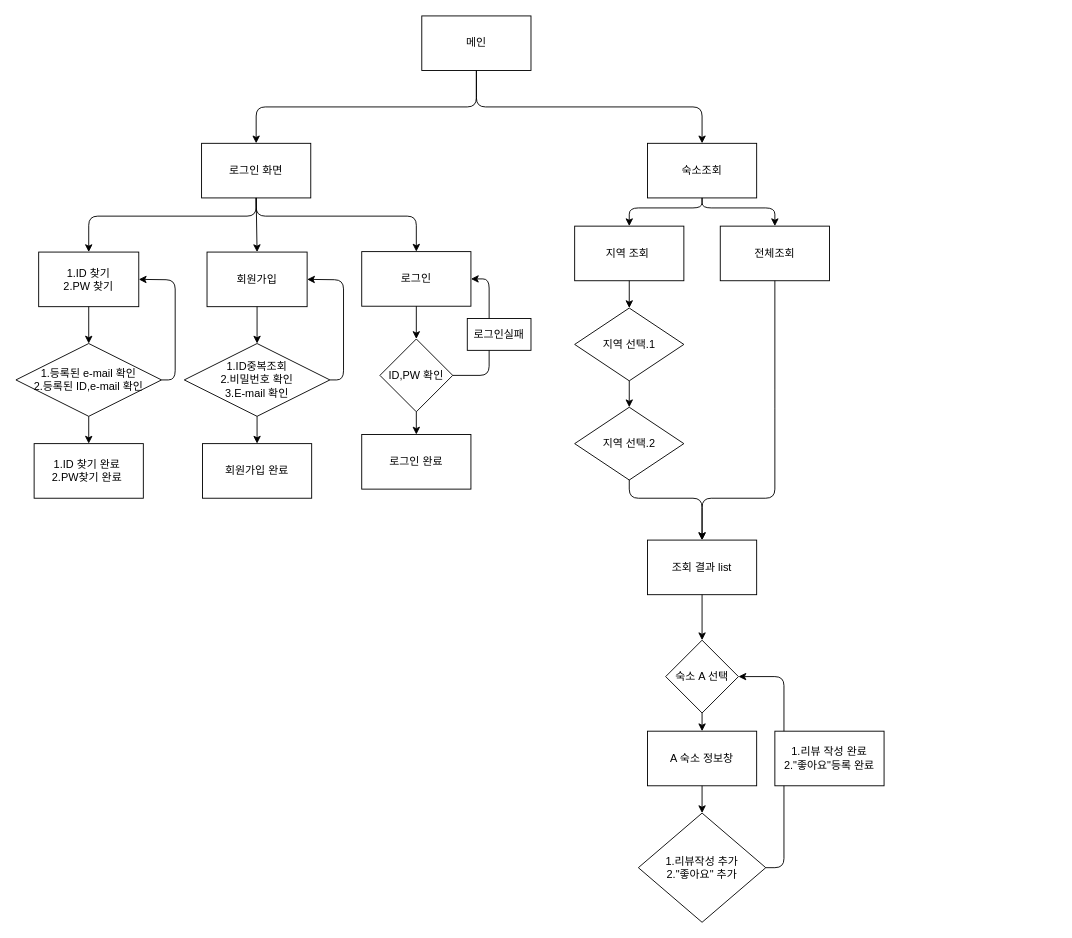
The draw.io diagram 전체ver1.drawio in darkvalui/cloudpython, before the edit. Source tidied: cells renumbered, new cells numbered last; positions are measured from the earlier drawing's top-left corner, leaving out a move shared by most shapes. Both pictures are drawn from the tidied source at 91%, with x=0, y=0 at pixel (15, 15).
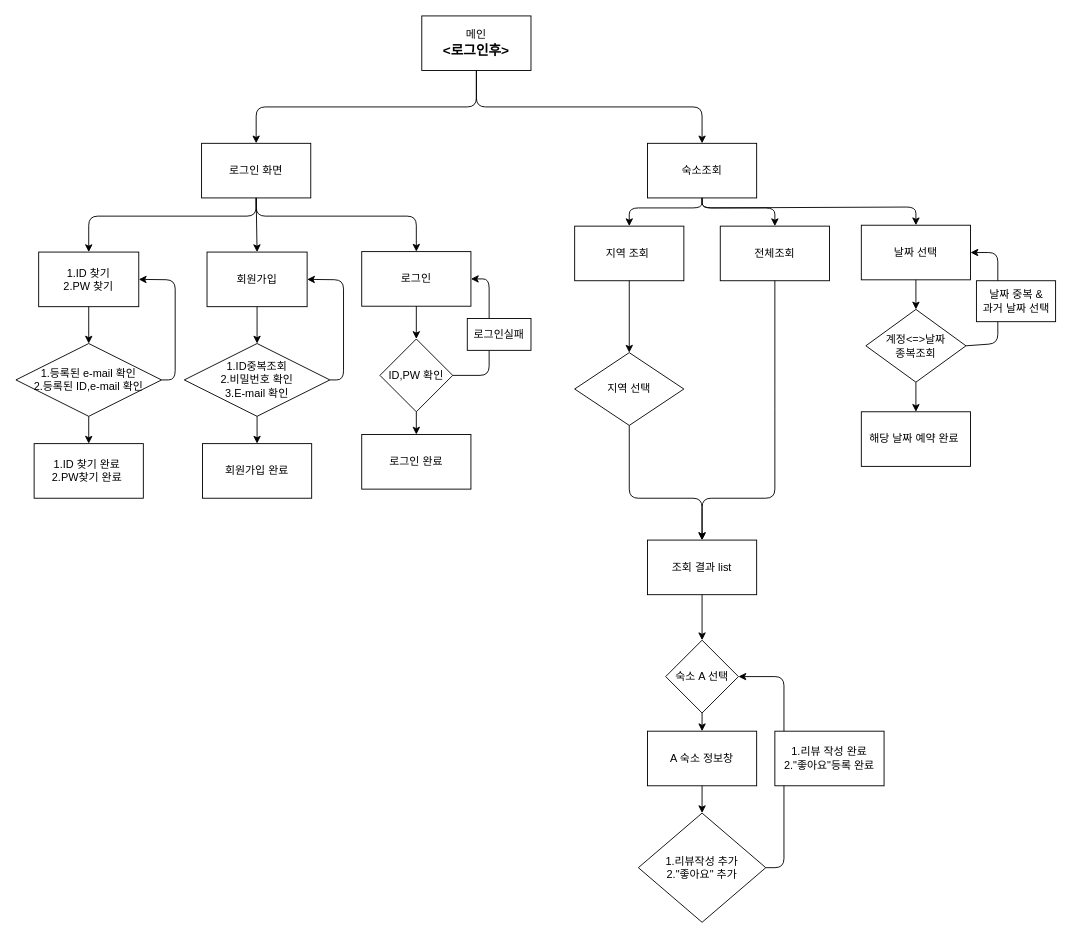
Above is the later version.

Commit message:
전체ver1.drawio 업데이트

Unchanged cells that the change refers to:
```xml
<mxCell id="8" value="조회 결과 list" style="rounded=0;whiteSpace=wrap;html=1;" parent="1" vertex="1">
  <mxGeometry x="694" y="576" width="120" height="60" as="geometry" />
</mxCell>
```

Diff of the diagram source:
```diff
@@
-    <mxCell id="2" value="메인" style="rounded=0;whiteSpace=wrap;html=1;" parent="1" vertex="1">
+    <mxCell id="2" value="메인&lt;br&gt;&lt;b&gt;&lt;font style=&quot;font-size: 15px&quot;&gt;&amp;lt;로그인후&amp;gt;&lt;/font&gt;&lt;/b&gt;&lt;br&gt;" style="rounded=0;whiteSpace=wrap;html=1;" parent="1" vertex="1">
       <mxGeometry x="446" width="120" height="60" as="geometry" />
     </mxCell>
@@
-    <mxCell id="7" value="지역 선택.1" style="rhombus;whiteSpace=wrap;html=1;" parent="1" vertex="1">
-      <mxGeometry x="614" y="321" width="120" height="80" as="geometry" />
+    <mxCell id="7" value="지역 선택&lt;br&gt;" style="rhombus;whiteSpace=wrap;html=1;" parent="1" vertex="1">
+      <mxGeometry x="614" y="370" width="120" height="80" as="geometry" />
     </mxCell>
@@
-    <mxCell id="10" style="endArrow=classic;html=1;entryX=0.5;entryY=0;entryDx=0;entryDy=0;" parent="1" edge="1" target="8">
-      <mxGeometry relative="1" as="geometry">
-        <mxPoint x="674" y="490" as="sourcePoint" />
-        <Array as="points">
-          <mxPoint x="674" y="530" />
-          <mxPoint x="754" y="530" />
-        </Array>
-      </mxGeometry>
-    </mxCell>
@@
-    <mxCell id="44" value="지역 선택.2" style="rhombus;whiteSpace=wrap;html=1;" parent="1" vertex="1">
-      <mxGeometry x="614" y="430" width="120" height="80" as="geometry" />
-    </mxCell>
-    <mxCell id="45" style="endArrow=classic;html=1;exitX=0.5;exitY=1;exitDx=0;exitDy=0;entryX=0.5;entryY=0;entryDx=0;entryDy=0;" parent="1" edge="1" source="7" target="44">
-      <mxGeometry relative="1" as="geometry" />
-    </mxCell>
@@
+    <mxCell id="48" value="날짜 선택" style="rounded=0;whiteSpace=wrap;html=1;" parent="1" vertex="1">
+      <mxGeometry x="929" y="230" width="120" height="60" as="geometry" />
+    </mxCell>
+    <mxCell id="49" style="endArrow=classic;html=1;exitX=0.5;exitY=1;exitDx=0;exitDy=0;entryX=0.5;entryY=0;entryDx=0;entryDy=0;" parent="1" edge="1" target="48">
+      <mxGeometry relative="1" as="geometry">
+        <mxPoint x="754" y="200" as="sourcePoint" />
+        <Array as="points">
+          <mxPoint x="754" y="211" />
+          <mxPoint x="989" y="210" />
+        </Array>
+      </mxGeometry>
+    </mxCell>
+    <mxCell id="50" value="계정&amp;lt;=&amp;gt;날짜&lt;br&gt;종복조회&lt;br&gt;" style="rhombus;whiteSpace=wrap;html=1;" parent="1" vertex="1">
+      <mxGeometry x="934" y="322.5" width="110" height="80" as="geometry" />
+    </mxCell>
+    <mxCell id="51" style="endArrow=classic;html=1;exitX=0.5;exitY=1;exitDx=0;exitDy=0;entryX=0.5;entryY=0;entryDx=0;entryDy=0;" parent="1" edge="1" source="48" target="50">
+      <mxGeometry relative="1" as="geometry" />
+    </mxCell>
+    <mxCell id="52" value="해당 날짜 예약 완료&amp;nbsp;" style="rounded=0;whiteSpace=wrap;html=1;" parent="1" vertex="1">
+      <mxGeometry x="929" y="435" width="120" height="60" as="geometry" />
+    </mxCell>
+    <mxCell id="53" style="endArrow=classic;html=1;exitX=0.5;exitY=1;exitDx=0;exitDy=0;" parent="1" edge="1" source="50" target="52">
+      <mxGeometry relative="1" as="geometry" />
+    </mxCell>
+    <mxCell id="54" style="endArrow=classic;html=1;entryX=1;entryY=0.5;entryDx=0;entryDy=0;exitX=1;exitY=0.5;exitDx=0;exitDy=0;" parent="1" edge="1" source="50" target="48">
+      <mxGeometry relative="1" as="geometry">
+        <Array as="points">
+          <mxPoint x="1079" y="360" />
+          <mxPoint x="1079" y="260" />
+        </Array>
+      </mxGeometry>
+    </mxCell>
+    <mxCell id="55" value="날짜 중복 &amp;amp;&lt;br&gt;과거 날짜 선택&lt;br&gt;" style="rounded=0;whiteSpace=wrap;html=1;" parent="1" vertex="1">
+      <mxGeometry x="1055.5" y="291" width="87" height="45" as="geometry" />
+    </mxCell>
+    <mxCell id="56" style="endArrow=classic;html=1;exitX=0.5;exitY=1;exitDx=0;exitDy=0;entryX=0.5;entryY=0;entryDx=0;entryDy=0;" parent="1" edge="1" source="7" target="8">
+      <mxGeometry relative="1" as="geometry">
+        <Array as="points">
+          <mxPoint x="674" y="530" />
+          <mxPoint x="754" y="530" />
+        </Array>
+      </mxGeometry>
+    </mxCell>
```
